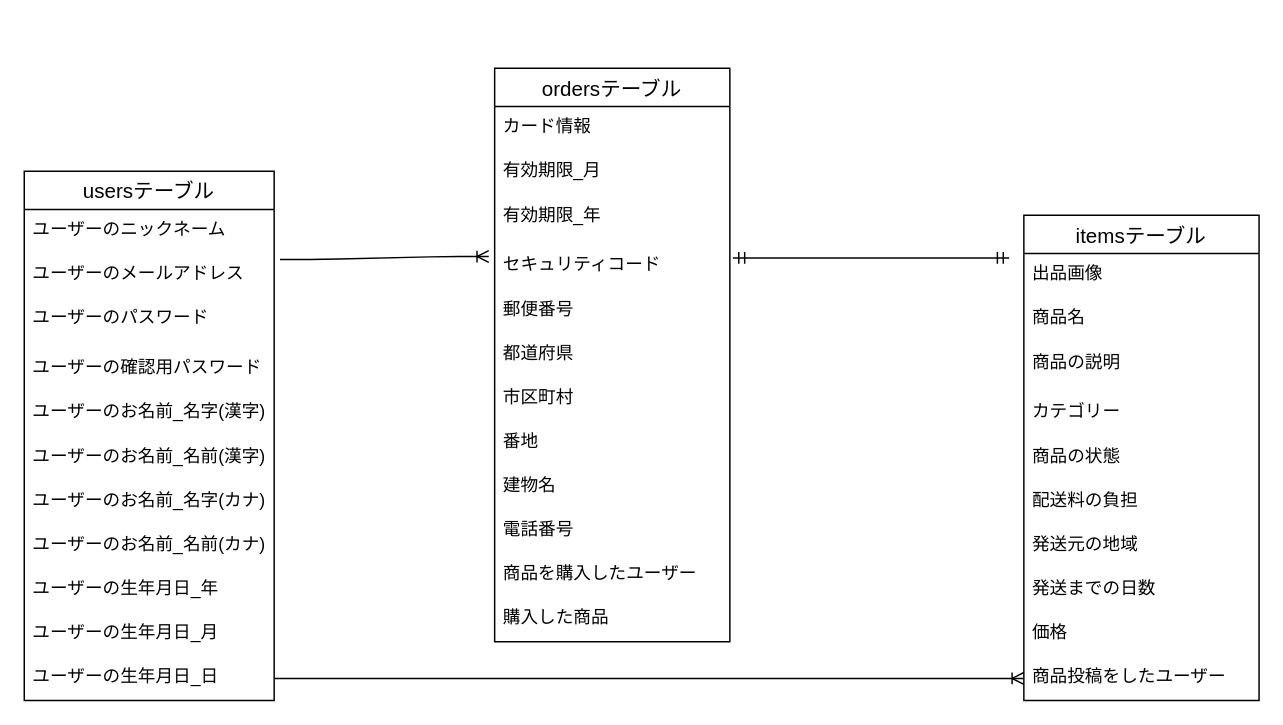
Earlier version of the draw.io diagram ER.dio (Shinji1987/furima-33544). Source tidied: cells renumbered, new cells numbered last; positions are measured from the earlier drawing's top-left corner, leaving out a move shared by most shapes. Both pictures are drawn from the tidied source at 147%, with x=0, y=0 at pixel (24, 68).
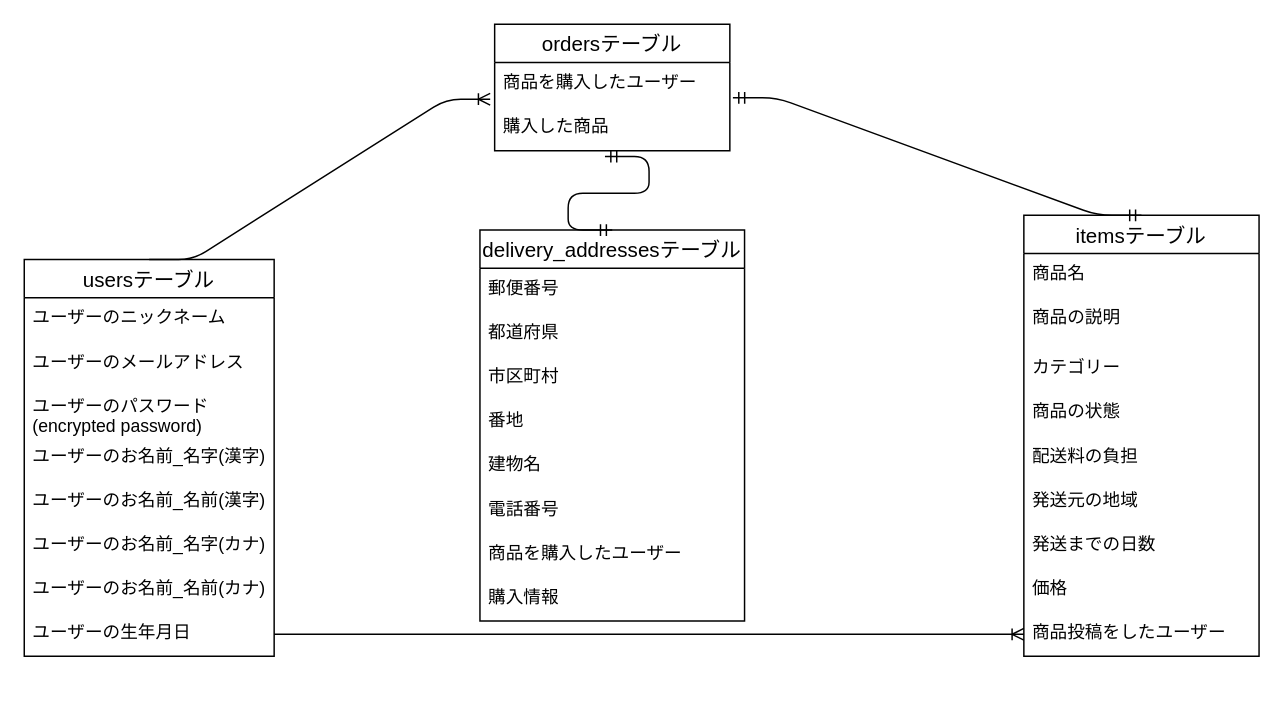
Above is the later version.

Commit message:
ER図の微調整

Change to the diagram source:
```diff
@@
     <mxCell id="2" value="usersテーブル" style="swimlane;fontStyle=0;horizontal=1;startSize=26;align=center;fontSize=14;" parent="1" vertex="1">
-      <mxGeometry y="70" width="170" height="360" as="geometry" />
+      <mxGeometry y="130" width="170" height="270" as="geometry" />
     </mxCell>
@@
-    <mxCell id="5" value="ユーザーのパスワード" style="text;strokeColor=none;fillColor=none;spacingLeft=4;spacingRight=4;overflow=hidden;fontSize=12;" parent="2" vertex="1">
+    <mxCell id="5" value="ユーザーのパスワード&#10;(encrypted password)" style="text;strokeColor=none;fillColor=none;spacingLeft=4;spacingRight=4;overflow=hidden;fontSize=12;" parent="2" vertex="1">
       <mxGeometry y="86" width="170" height="34" as="geometry" />
     </mxCell>
-    <mxCell id="6" value="ユーザーの確認用パスワード" style="text;strokeColor=none;fillColor=none;spacingLeft=4;spacingRight=4;overflow=hidden;fontSize=12;" parent="2" vertex="1">
-      <mxGeometry y="120" width="170" height="30" as="geometry" />
-    </mxCell>
     <mxCell id="7" value="ユーザーのお名前_名字(漢字)" style="text;strokeColor=none;fillColor=none;spacingLeft=4;spacingRight=4;overflow=hidden;fontSize=12;" parent="2" vertex="1">
-      <mxGeometry y="150" width="170" height="30" as="geometry" />
+      <mxGeometry y="120" width="170" height="30" as="geometry" />
     </mxCell>
     <mxCell id="8" value="ユーザーのお名前_名前(漢字)" style="text;strokeColor=none;fillColor=none;spacingLeft=4;spacingRight=4;overflow=hidden;fontSize=12;" parent="2" vertex="1">
-      <mxGeometry y="180" width="170" height="30" as="geometry" />
+      <mxGeometry y="150" width="170" height="30" as="geometry" />
     </mxCell>
     <mxCell id="9" value="ユーザーのお名前_名字(カナ)" style="text;strokeColor=none;fillColor=none;spacingLeft=4;spacingRight=4;overflow=hidden;fontSize=12;" parent="2" vertex="1">
-      <mxGeometry y="210" width="170" height="30" as="geometry" />
+      <mxGeometry y="180" width="170" height="30" as="geometry" />
     </mxCell>
     <mxCell id="10" value="ユーザーのお名前_名前(カナ)" style="text;strokeColor=none;fillColor=none;spacingLeft=4;spacingRight=4;overflow=hidden;fontSize=12;" parent="2" vertex="1">
-      <mxGeometry y="240" width="170" height="30" as="geometry" />
+      <mxGeometry y="210" width="170" height="30" as="geometry" />
     </mxCell>
-    <mxCell id="11" value="ユーザーの生年月日_年" style="text;strokeColor=none;fillColor=none;spacingLeft=4;spacingRight=4;overflow=hidden;fontSize=12;" parent="2" vertex="1">
-      <mxGeometry y="270" width="170" height="30" as="geometry" />
+    <mxCell id="11" value="ユーザーの生年月日" style="text;strokeColor=none;fillColor=none;spacingLeft=4;spacingRight=4;overflow=hidden;fontSize=12;" parent="2" vertex="1">
+      <mxGeometry y="240" width="170" height="30" as="geometry" />
     </mxCell>
-    <mxCell id="12" value="ユーザーの生年月日_月" style="text;strokeColor=none;fillColor=none;spacingLeft=4;spacingRight=4;overflow=hidden;fontSize=12;" parent="2" vertex="1">
-      <mxGeometry y="300" width="170" height="30" as="geometry" />
-    </mxCell>
-    <mxCell id="13" value="ユーザーの生年月日_日" style="text;strokeColor=none;fillColor=none;spacingLeft=4;spacingRight=4;overflow=hidden;points=[[0,0.5],[1,0.5]];portConstraint=eastwest;fontSize=12;" parent="2" vertex="1">
-      <mxGeometry y="330" width="170" height="30" as="geometry" />
-    </mxCell>
     <mxCell id="14" value="itemsテーブル" style="swimlane;fontStyle=0;horizontal=1;startSize=26;align=center;fontSize=14;" parent="1" vertex="1">
-      <mxGeometry x="680" y="100" width="160" height="330" as="geometry" />
+      <mxGeometry x="680" y="100" width="160" height="300" as="geometry" />
     </mxCell>
-    <mxCell id="15" value="出品画像" style="text;strokeColor=none;fillColor=none;spacingLeft=4;spacingRight=4;overflow=hidden;fontSize=12;" parent="14" vertex="1">
-      <mxGeometry y="26" width="160" height="30" as="geometry" />
-    </mxCell>
     <mxCell id="16" value="商品名" style="text;strokeColor=none;fillColor=none;spacingLeft=4;spacingRight=4;overflow=hidden;fontSize=12;" parent="14" vertex="1">
-      <mxGeometry y="56" width="160" height="30" as="geometry" />
+      <mxGeometry y="26" width="160" height="30" as="geometry" />
     </mxCell>
     <mxCell id="17" value="商品の説明" style="text;strokeColor=none;fillColor=none;spacingLeft=4;spacingRight=4;overflow=hidden;fontSize=12;" parent="14" vertex="1">
-      <mxGeometry y="86" width="160" height="34" as="geometry" />
+      <mxGeometry y="56" width="160" height="34" as="geometry" />
     </mxCell>
     <mxCell id="18" value="カテゴリー" style="text;strokeColor=none;fillColor=none;spacingLeft=4;spacingRight=4;overflow=hidden;fontSize=12;" parent="14" vertex="1">
-      <mxGeometry y="120" width="160" height="30" as="geometry" />
+      <mxGeometry y="90" width="160" height="30" as="geometry" />
     </mxCell>
     <mxCell id="19" value="商品の状態" style="text;strokeColor=none;fillColor=none;spacingLeft=4;spacingRight=4;overflow=hidden;fontSize=12;" parent="14" vertex="1">
-      <mxGeometry y="150" width="160" height="30" as="geometry" />
+      <mxGeometry y="120" width="160" height="30" as="geometry" />
     </mxCell>
     <mxCell id="20" value="配送料の負担" style="text;strokeColor=none;fillColor=none;spacingLeft=4;spacingRight=4;overflow=hidden;fontSize=12;" parent="14" vertex="1">
-      <mxGeometry y="180" width="160" height="30" as="geometry" />
+      <mxGeometry y="150" width="160" height="30" as="geometry" />
     </mxCell>
     <mxCell id="21" value="発送元の地域" style="text;strokeColor=none;fillColor=none;spacingLeft=4;spacingRight=4;overflow=hidden;fontSize=12;" parent="14" vertex="1">
-      <mxGeometry y="210" width="160" height="30" as="geometry" />
+      <mxGeometry y="180" width="160" height="30" as="geometry" />
     </mxCell>
     <mxCell id="22" value="発送までの日数" style="text;strokeColor=none;fillColor=none;spacingLeft=4;spacingRight=4;overflow=hidden;fontSize=12;" parent="14" vertex="1">
-      <mxGeometry y="240" width="160" height="30" as="geometry" />
+      <mxGeometry y="210" width="160" height="30" as="geometry" />
     </mxCell>
     <mxCell id="23" value="価格" style="text;strokeColor=none;fillColor=none;spacingLeft=4;spacingRight=4;overflow=hidden;fontSize=12;" parent="14" vertex="1">
-      <mxGeometry y="270" width="160" height="30" as="geometry" />
+      <mxGeometry y="240" width="160" height="30" as="geometry" />
     </mxCell>
     <mxCell id="24" value="商品投稿をしたユーザー" style="text;strokeColor=none;fillColor=none;spacingLeft=4;spacingRight=4;overflow=hidden;points=[[0,0.5],[1,0.5]];portConstraint=eastwest;fontSize=12;" parent="14" vertex="1">
-      <mxGeometry y="300" width="160" height="30" as="geometry" />
+      <mxGeometry y="270" width="160" height="30" as="geometry" />
     </mxCell>
-    <mxCell id="25" style="edgeStyle=entityRelationEdgeStyle;fontSize=12;html=1;endArrow=ERoneToMany;exitX=1;exitY=0.5;exitDx=0;exitDy=0;entryX=0;entryY=0.5;entryDx=0;entryDy=0;" parent="1" edge="1" source="13" target="24">
-      <mxGeometry relative="1" as="geometry" />
+    <mxCell id="25" style="edgeStyle=entityRelationEdgeStyle;fontSize=12;html=1;endArrow=ERoneToMany;exitX=1;exitY=0.5;exitDx=0;exitDy=0;entryX=0;entryY=0.5;entryDx=0;entryDy=0;" parent="1" edge="1" target="24">
+      <mxGeometry relative="1" as="geometry">
+        <mxPoint x="170" y="385" as="sourcePoint" />
+      </mxGeometry>
     </mxCell>
-    <mxCell id="26" style="edgeStyle=entityRelationEdgeStyle;fontSize=12;html=1;endArrow=ERmandOne;startArrow=ERmandOne;exitX=1.013;exitY=0.3;exitDx=0;exitDy=0;exitPerimeter=0;" parent="1" edge="1" source="31">
-      <mxGeometry relative="1" as="geometry">
-        <mxPoint x="670" y="129" as="targetPoint" />
-      </mxGeometry>
+    <mxCell id="26" style="edgeStyle=entityRelationEdgeStyle;fontSize=12;html=1;endArrow=ERmandOne;startArrow=ERmandOne;exitX=1.013;exitY=0.8;exitDx=0;exitDy=0;exitPerimeter=0;entryX=0.5;entryY=0;entryDx=0;entryDy=0;" parent="1" edge="1" source="38" target="14">
+      <mxGeometry relative="1" as="geometry" />
     </mxCell>
     <mxCell id="27" value="ordersテーブル" style="swimlane;fontStyle=0;horizontal=1;startSize=26;align=center;fontSize=14;" parent="1" vertex="1">
-      <mxGeometry x="320" width="160" height="390" as="geometry" />
+      <mxGeometry x="320" y="-30" width="160" height="86" as="geometry" />
     </mxCell>
-    <mxCell id="28" value="カード情報 " style="text;strokeColor=none;fillColor=none;spacingLeft=4;spacingRight=4;overflow=hidden;fontSize=12;" parent="27" vertex="1">
-      <mxGeometry y="26" width="160" height="30" as="geometry" />
-    </mxCell>
-    <mxCell id="29" value="有効期限_月" style="text;strokeColor=none;fillColor=none;spacingLeft=4;spacingRight=4;overflow=hidden;fontSize=12;" parent="27" vertex="1">
-      <mxGeometry y="56" width="160" height="30" as="geometry" />
-    </mxCell>
-    <mxCell id="30" value="有効期限_年" style="text;strokeColor=none;fillColor=none;spacingLeft=4;spacingRight=4;overflow=hidden;fontSize=12;" parent="27" vertex="1">
-      <mxGeometry y="86" width="160" height="34" as="geometry" />
-    </mxCell>
-    <mxCell id="31" value="セキュリティコード" style="text;strokeColor=none;fillColor=none;spacingLeft=4;spacingRight=4;overflow=hidden;points=[[0,0.5],[1,0.5]];portConstraint=eastwest;fontSize=12;" parent="27" vertex="1">
-      <mxGeometry y="120" width="160" height="30" as="geometry" />
-    </mxCell>
+    <mxCell id="38" value="商品を購入したユーザー" style="text;strokeColor=none;fillColor=none;spacingLeft=4;spacingRight=4;overflow=hidden;points=[[0,0.5],[1,0.5]];portConstraint=eastwest;fontSize=12;" parent="27" vertex="1">
+      <mxGeometry y="26" width="160" height="30" as="geometry" />
+    </mxCell>
+    <mxCell id="39" value="購入した商品" style="text;strokeColor=none;fillColor=none;spacingLeft=4;spacingRight=4;overflow=hidden;points=[[0,0.5],[1,0.5]];portConstraint=eastwest;fontSize=12;" parent="27" vertex="1">
+      <mxGeometry y="56" width="160" height="30" as="geometry" />
+    </mxCell>
+    <mxCell id="40" style="edgeStyle=entityRelationEdgeStyle;fontSize=12;html=1;endArrow=ERoneToMany;exitX=0.5;exitY=0;exitDx=0;exitDy=0;entryX=-0.019;entryY=-0.167;entryDx=0;entryDy=0;entryPerimeter=0;" parent="1" edge="1" source="2" target="39">
+      <mxGeometry relative="1" as="geometry" />
+    </mxCell>
+    <mxCell id="41" value="delivery_addressesテーブル" style="swimlane;fontStyle=0;horizontal=1;startSize=26;align=center;fontSize=14;" parent="1" vertex="1">
+      <mxGeometry x="310" y="110" width="180" height="266" as="geometry" />
+    </mxCell>
-    <mxCell id="32" value="郵便番号 " style="text;strokeColor=none;fillColor=none;spacingLeft=4;spacingRight=4;overflow=hidden;fontSize=12;" parent="27" vertex="1">
-      <mxGeometry y="150" width="160" height="30" as="geometry" />
+    <mxCell id="32" value="郵便番号 " style="text;strokeColor=none;fillColor=none;spacingLeft=4;spacingRight=4;overflow=hidden;fontSize=12;" parent="41" vertex="1">
+      <mxGeometry y="26" width="180" height="30" as="geometry" />
     </mxCell>
-    <mxCell id="33" value="都道府県" style="text;strokeColor=none;fillColor=none;spacingLeft=4;spacingRight=4;overflow=hidden;fontSize=12;" parent="27" vertex="1">
-      <mxGeometry y="180" width="160" height="30" as="geometry" />
+    <mxCell id="33" value="都道府県" style="text;strokeColor=none;fillColor=none;spacingLeft=4;spacingRight=4;overflow=hidden;fontSize=12;" parent="41" vertex="1">
+      <mxGeometry y="56" width="180" height="30" as="geometry" />
     </mxCell>
-    <mxCell id="34" value="市区町村" style="text;strokeColor=none;fillColor=none;spacingLeft=4;spacingRight=4;overflow=hidden;fontSize=12;" parent="27" vertex="1">
-      <mxGeometry y="210" width="160" height="30" as="geometry" />
+    <mxCell id="34" value="市区町村" style="text;strokeColor=none;fillColor=none;spacingLeft=4;spacingRight=4;overflow=hidden;fontSize=12;" parent="41" vertex="1">
+      <mxGeometry y="86" width="180" height="30" as="geometry" />
     </mxCell>
-    <mxCell id="35" value="番地" style="text;strokeColor=none;fillColor=none;spacingLeft=4;spacingRight=4;overflow=hidden;fontSize=12;" parent="27" vertex="1">
-      <mxGeometry y="240" width="160" height="30" as="geometry" />
+    <mxCell id="35" value="番地" style="text;strokeColor=none;fillColor=none;spacingLeft=4;spacingRight=4;overflow=hidden;fontSize=12;" parent="41" vertex="1">
+      <mxGeometry y="116" width="180" height="30" as="geometry" />
     </mxCell>
-    <mxCell id="36" value="建物名" style="text;strokeColor=none;fillColor=none;spacingLeft=4;spacingRight=4;overflow=hidden;fontSize=12;" parent="27" vertex="1">
-      <mxGeometry y="270" width="160" height="30" as="geometry" />
+    <mxCell id="36" value="建物名" style="text;strokeColor=none;fillColor=none;spacingLeft=4;spacingRight=4;overflow=hidden;fontSize=12;" parent="41" vertex="1">
+      <mxGeometry y="146" width="180" height="30" as="geometry" />
     </mxCell>
-    <mxCell id="37" value="電話番号" style="text;strokeColor=none;fillColor=none;spacingLeft=4;spacingRight=4;overflow=hidden;fontSize=12;" parent="27" vertex="1">
-      <mxGeometry y="300" width="160" height="30" as="geometry" />
+    <mxCell id="37" value="電話番号" style="text;strokeColor=none;fillColor=none;spacingLeft=4;spacingRight=4;overflow=hidden;fontSize=12;" parent="41" vertex="1">
+      <mxGeometry y="176" width="180" height="30" as="geometry" />
     </mxCell>
-    <mxCell id="38" value="商品を購入したユーザー" style="text;strokeColor=none;fillColor=none;spacingLeft=4;spacingRight=4;overflow=hidden;points=[[0,0.5],[1,0.5]];portConstraint=eastwest;fontSize=12;" parent="27" vertex="1">
-      <mxGeometry y="330" width="160" height="30" as="geometry" />
-    </mxCell>
-    <mxCell id="39" value="購入した商品" style="text;strokeColor=none;fillColor=none;spacingLeft=4;spacingRight=4;overflow=hidden;points=[[0,0.5],[1,0.5]];portConstraint=eastwest;fontSize=12;" parent="27" vertex="1">
-      <mxGeometry y="360" width="160" height="30" as="geometry" />
-    </mxCell>
-    <mxCell id="40" style="edgeStyle=entityRelationEdgeStyle;fontSize=12;html=1;endArrow=ERoneToMany;" parent="1" edge="1">
-      <mxGeometry relative="1" as="geometry">
-        <mxPoint x="174" y="130" as="sourcePoint" />
-        <mxPoint x="316" y="128" as="targetPoint" />
-      </mxGeometry>
-    </mxCell>
+    <mxCell id="42" value="商品を購入したユーザー" style="text;strokeColor=none;fillColor=none;spacingLeft=4;spacingRight=4;overflow=hidden;fontSize=12;" parent="41" vertex="1">
+      <mxGeometry y="206" width="180" height="30" as="geometry" />
+    </mxCell>
+    <mxCell id="43" value="購入情報" style="text;strokeColor=none;fillColor=none;spacingLeft=4;spacingRight=4;overflow=hidden;fontSize=12;" parent="41" vertex="1">
+      <mxGeometry y="236" width="180" height="30" as="geometry" />
+    </mxCell>
+    <mxCell id="44" style="edgeStyle=entityRelationEdgeStyle;fontSize=12;html=1;endArrow=ERmandOne;startArrow=ERmandOne;exitX=0.469;exitY=1.133;exitDx=0;exitDy=0;exitPerimeter=0;entryX=0.5;entryY=0;entryDx=0;entryDy=0;" parent="1" edge="1" source="39" target="41">
+      <mxGeometry relative="1" as="geometry" />
+    </mxCell>
```
